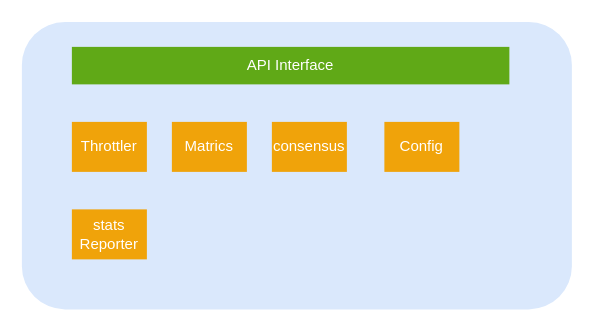
Before: falken-generic-lib.drawio in sugchand/drawio, a draw.io diagram. Source tidied: cells renumbered, new cells numbered last; positions are measured from the earlier drawing's top-left corner, leaving out a move shared by most shapes. Both pictures are drawn from the tidied source at 125%, with x=0, y=0 at pixel (21, 21).
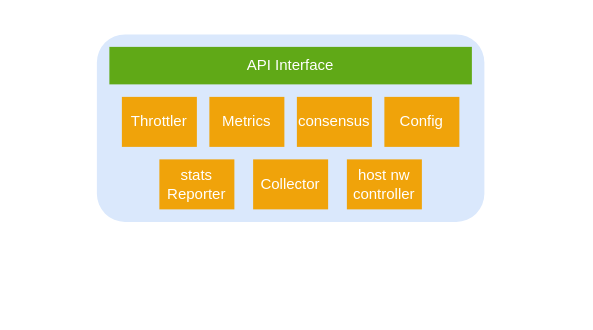
Above is the later version.

What changed in the source:
```diff
@@
 <mxGraphModel>
   <root>
     <mxCell id="0" />
     <mxCell id="1" parent="0" />
     <mxCell id="2" style="rounded=1;whiteSpace=wrap;html=1;fillColor=#dae8fc;strokeColor=none;" parent="1" vertex="1">
-      <mxGeometry width="440" height="230" as="geometry" />
+      <mxGeometry x="60" y="10" width="310" height="150" as="geometry" />
     </mxCell>
     <mxCell id="3" value="API Interface" style="rounded=0;whiteSpace=wrap;html=1;fillColor=#60a917;fontColor=#ffffff;strokeColor=none;" parent="1" vertex="1">
-      <mxGeometry x="40" y="20" width="350" height="30" as="geometry" />
+      <mxGeometry x="70" y="20" width="290" height="30" as="geometry" />
     </mxCell>
     <mxCell id="4" value="Throttler" style="rounded=0;whiteSpace=wrap;html=1;fillColor=#f0a30a;fontColor=#ffffff;strokeColor=none;" parent="1" vertex="1">
-      <mxGeometry x="40" y="80" width="60" height="40" as="geometry" />
+      <mxGeometry x="80" y="60" width="60" height="40" as="geometry" />
     </mxCell>
-    <mxCell id="5" value="Matrics" style="rounded=0;whiteSpace=wrap;html=1;fillColor=#f0a30a;fontColor=#ffffff;strokeColor=none;" parent="1" vertex="1">
-      <mxGeometry x="120" y="80" width="60" height="40" as="geometry" />
+    <mxCell id="5" value="Metrics" style="rounded=0;whiteSpace=wrap;html=1;fillColor=#f0a30a;fontColor=#ffffff;strokeColor=none;" parent="1" vertex="1">
+      <mxGeometry x="150" y="60" width="60" height="40" as="geometry" />
     </mxCell>
     <mxCell id="6" value="consensus" style="rounded=0;whiteSpace=wrap;html=1;fillColor=#f0a30a;fontColor=#ffffff;strokeColor=none;" parent="1" vertex="1">
-      <mxGeometry x="200" y="80" width="60" height="40" as="geometry" />
+      <mxGeometry x="220" y="60" width="60" height="40" as="geometry" />
     </mxCell>
     <mxCell id="7" value="stats Reporter" style="rounded=0;whiteSpace=wrap;html=1;fillColor=#f0a30a;fontColor=#ffffff;strokeColor=none;" parent="1" vertex="1">
-      <mxGeometry x="40" y="150" width="60" height="40" as="geometry" />
+      <mxGeometry x="110" y="110" width="60" height="40" as="geometry" />
     </mxCell>
     <mxCell id="8" value="Config" style="rounded=0;whiteSpace=wrap;html=1;fillColor=#f0a30a;fontColor=#ffffff;strokeColor=none;" parent="1" vertex="1">
-      <mxGeometry x="290" y="80" width="60" height="40" as="geometry" />
+      <mxGeometry x="290" y="60" width="60" height="40" as="geometry" />
     </mxCell>
+    <mxCell id="9" value="Collector" style="rounded=0;whiteSpace=wrap;html=1;fillColor=#f0a30a;fontColor=#ffffff;strokeColor=none;" parent="1" vertex="1">
+      <mxGeometry x="185" y="110" width="60" height="40" as="geometry" />
+    </mxCell>
+    <mxCell id="10" value="host nw controller" style="rounded=0;whiteSpace=wrap;html=1;fillColor=#f0a30a;fontColor=#ffffff;strokeColor=none;" parent="1" vertex="1">
+      <mxGeometry x="260" y="110" width="60" height="40" as="geometry" />
+    </mxCell>
   </root>
 </mxGraphModel>
```
